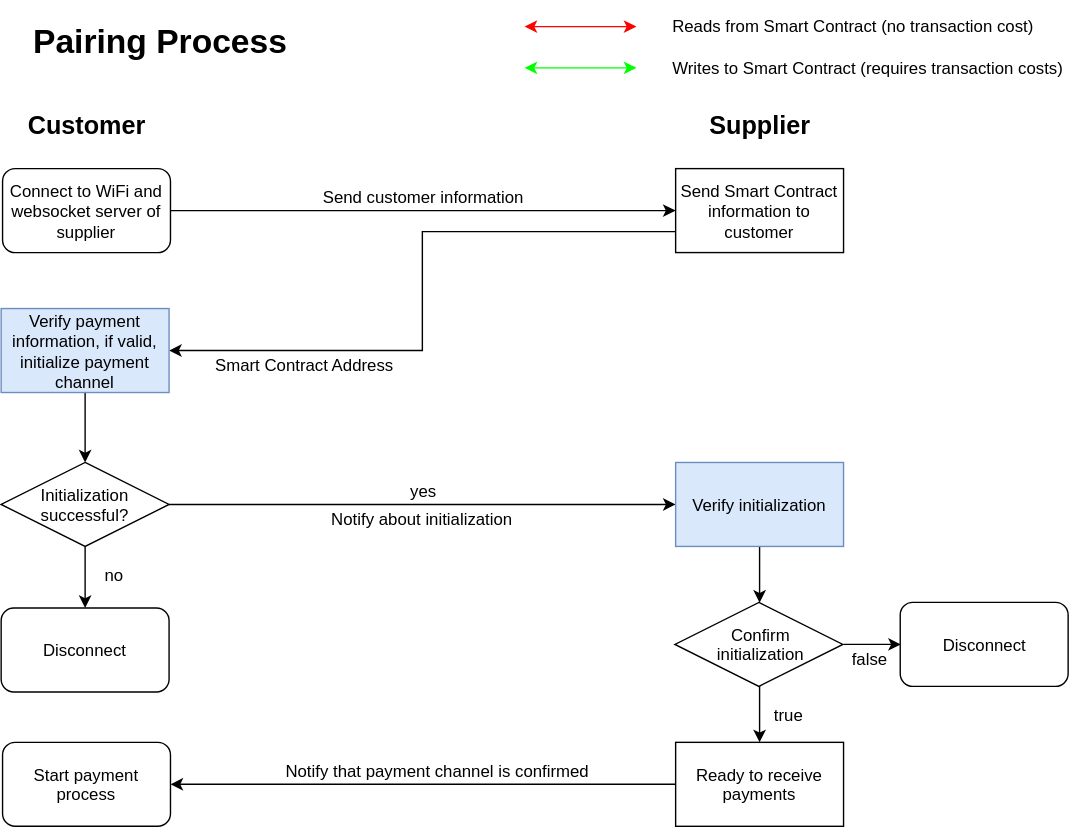
Before: flowcharts/Plug-Socket-pairing_process.svg, a diagram exported from draw.io (gretzke/Blockchain-Based-Smart-Outlet). Source tidied: cells renumbered, new cells last; positions are measured from the earlier drawing's top-left corner, leaving out a move shared by most shapes.
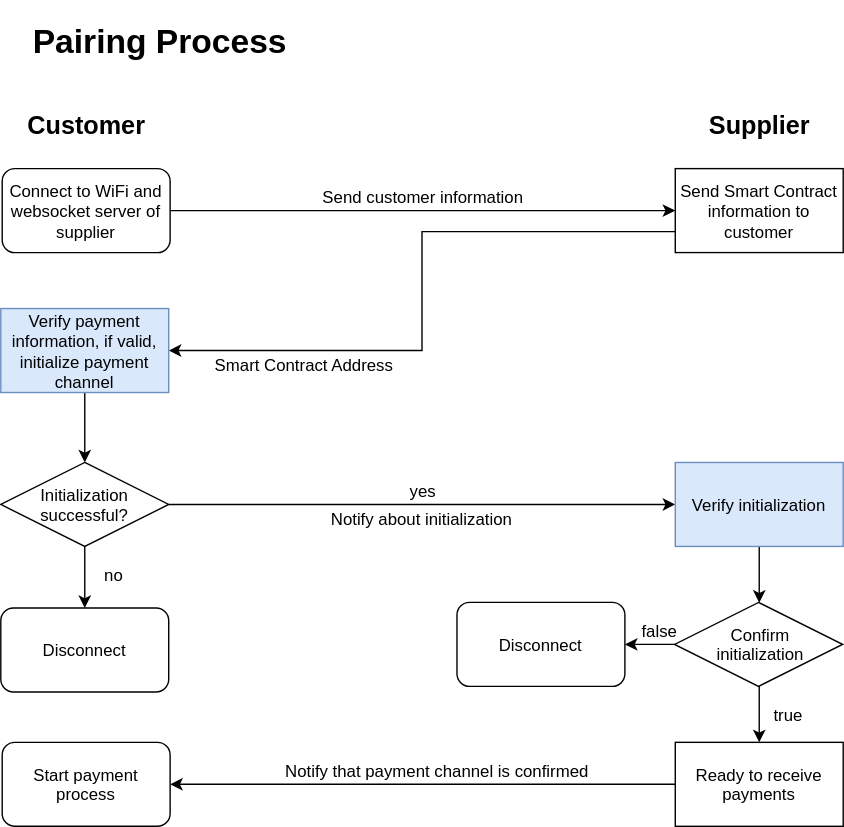
Later version of the same file.

Diff of the diagram source:
```diff
@@ -49,12 +49,12 @@
         </Array>
       </mxGeometry>
     </mxCell>
+    <mxCell id="17" style="edgeStyle=orthogonalEdgeStyle;rounded=0;jettySize=auto;html=1;" parent="1" edge="1" source="18" target="24">
+      <mxGeometry relative="1" as="geometry" />
+    </mxCell>
-    <mxCell id="16" style="edgeStyle=orthogonalEdgeStyle;rounded=0;jettySize=auto;html=1;exitX=1;exitY=0.5;exitDx=0;exitDy=0;entryX=0;entryY=0.5;entryDx=0;entryDy=0;" parent="1" edge="1" source="18" target="20">
+    <mxCell id="16" style="edgeStyle=orthogonalEdgeStyle;rounded=0;jettySize=auto;html=1;exitX=0;exitY=0.5;exitDx=0;exitDy=0;entryX=1;entryY=0.5;entryDx=0;entryDy=0;" parent="1" edge="1" source="18" target="20">
       <mxGeometry relative="1" as="geometry" />
     </mxCell>
-    <mxCell id="17" style="edgeStyle=orthogonalEdgeStyle;rounded=0;jettySize=auto;html=1;" parent="1" edge="1" source="18" target="24">
-      <mxGeometry relative="1" as="geometry" />
-    </mxCell>
     <mxCell id="18" value="Confirm&lt;br&gt;initialization" style="rhombus;whiteSpace=wrap;html=1;" parent="1" vertex="1">
       <mxGeometry x="481.5" y="421" width="120" height="60" as="geometry" />
     </mxCell>
@@ -62,10 +62,10 @@
       <mxGeometry x="216" y="351" width="170" height="20" as="geometry" />
     </mxCell>
     <mxCell id="20" value="Disconnect" style="rounded=1;whiteSpace=wrap;html=1;" parent="1" vertex="1">
-      <mxGeometry x="642.5" y="421" width="120" height="60" as="geometry" />
+      <mxGeometry x="326" y="421" width="120" height="60" as="geometry" />
     </mxCell>
     <mxCell id="21" value="false&lt;br&gt;" style="text;html=1;strokeColor=none;fillColor=none;align=center;verticalAlign=middle;whiteSpace=wrap;rounded=0;" parent="1" vertex="1">
-      <mxGeometry x="601" y="451" width="40" height="20" as="geometry" />
+      <mxGeometry x="451" y="431" width="40" height="20" as="geometry" />
     </mxCell>
     <mxCell id="22" value="true" style="text;html=1;strokeColor=none;fillColor=none;align=center;verticalAlign=middle;whiteSpace=wrap;rounded=0;" parent="1" vertex="1">
       <mxGeometry x="542" y="491" width="40" height="20" as="geometry" />
@@ -91,24 +91,6 @@
     <mxCell id="29" value="Start payment process" style="rounded=1;whiteSpace=wrap;html=1;" parent="1" vertex="1">
       <mxGeometry x="1" y="521" width="120" height="60" as="geometry" />
     </mxCell>
-    <mxCell id="30" style="endArrow=classic;startArrow=classic;html=1;strokeColor=#FF0000;" parent="1" edge="1">
-      <mxGeometry relative="1" as="geometry">
-        <mxPoint x="374" y="9.5" as="sourcePoint" />
-        <mxPoint x="454" y="9.5" as="targetPoint" />
-      </mxGeometry>
-    </mxCell>
-    <mxCell id="31" style="endArrow=classic;startArrow=classic;html=1;strokeColor=#00FF00;" parent="1" edge="1">
-      <mxGeometry relative="1" as="geometry">
-        <mxPoint x="374" y="39" as="sourcePoint" />
-        <mxPoint x="454" y="39" as="targetPoint" />
-      </mxGeometry>
-    </mxCell>
-    <mxCell id="32" value="&lt;span&gt;Reads from Smart Contract (no transaction cost)&lt;/span&gt;" style="text;html=1;align=left;verticalAlign=top;spacingTop=-4;" parent="1" vertex="1">
-      <mxGeometry x="477.5" width="270" height="20" as="geometry" />
-    </mxCell>
-    <mxCell id="33" value="&lt;span&gt;Writes to Smart Contract (requires transaction costs)&lt;/span&gt;" style="text;html=1;align=left;verticalAlign=top;spacingTop=-4;" parent="1" vertex="1">
-      <mxGeometry x="477.5" y="30" width="290" height="20" as="geometry" />
-    </mxCell>
     <mxCell id="34" value="Smart Contract Address&lt;br&gt;" style="text;html=1;strokeColor=none;fillColor=none;align=center;verticalAlign=middle;whiteSpace=wrap;rounded=0;" parent="1" vertex="1">
       <mxGeometry x="141" y="241" width="150" height="20" as="geometry" />
     </mxCell>
```
